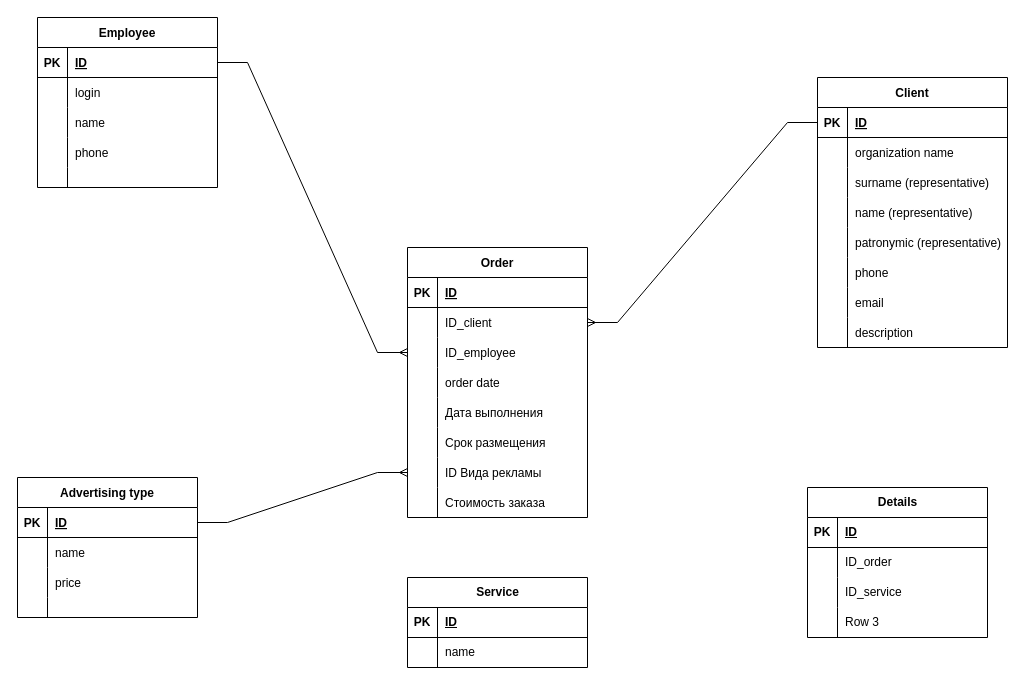
The draw.io diagram Курсовая.drawio in luckyfail777/-, before the edit. Source tidied: cells renumbered, new cells numbered last; positions are measured from the earlier drawing's top-left corner, leaving out a move shared by most shapes. Both pictures are drawn from the tidied source at 100%, with x=0, y=0 at pixel (17, 17).
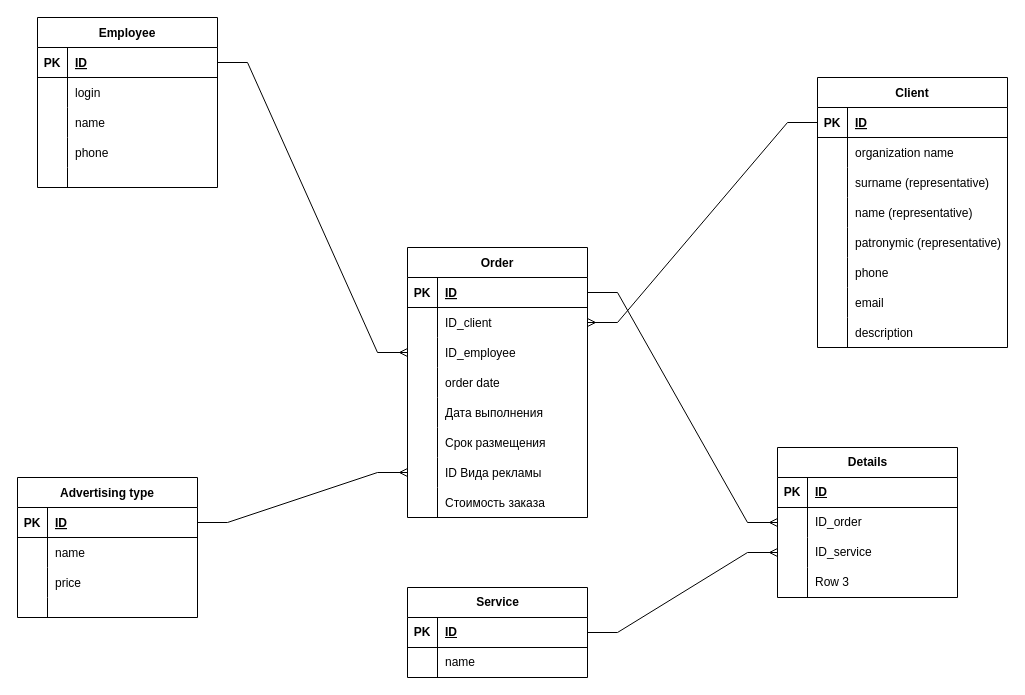
After the change.

The change refers to these unchanged cells:
```xml
<mxCell id="44" style="shape=tableRow;horizontal=0;startSize=0;swimlaneHead=0;swimlaneBody=0;fillColor=none;points=[[0,0.5],[1,0.5]];portConstraint=eastwest;top=0;left=0;right=0;bottom=1;" parent="43" vertex="1">
  <mxGeometry y="30" width="180" height="30" as="geometry" />
</mxCell>
<mxCell id="85" style="shape=tableRow;horizontal=0;startSize=0;swimlaneHead=0;swimlaneBody=0;fillColor=none;points=[[0,0.5],[1,0.5]];portConstraint=eastwest;top=0;left=0;right=0;bottom=1;" parent="84" vertex="1">
  <mxGeometry y="30" width="180" height="30" as="geometry" />
</mxCell>
<mxCell id="95" style="shape=tableRow;horizontal=0;startSize=0;swimlaneHead=0;swimlaneBody=0;fillColor=none;points=[[0,0.5],[1,0.5]];portConstraint=eastwest;top=0;left=0;right=0;bottom=0;" parent="91" vertex="1">
  <mxGeometry y="60" width="180" height="30" as="geometry" />
</mxCell>
<mxCell id="98" style="shape=tableRow;horizontal=0;startSize=0;swimlaneHead=0;swimlaneBody=0;fillColor=none;points=[[0,0.5],[1,0.5]];portConstraint=eastwest;top=0;left=0;right=0;bottom=0;" parent="91" vertex="1">
  <mxGeometry y="90" width="180" height="30" as="geometry" />
</mxCell>
```

What changed in the source:
```diff
@@
     <mxCell id="84" value="Service" style="shape=table;startSize=30;childLayout=tableLayout;rowLines=0;fontStyle=1;align=center;html=1;" parent="1" vertex="1">
-      <mxGeometry x="390" y="560" width="180" height="90" as="geometry" />
+      <mxGeometry x="390" y="570" width="180" height="90" as="geometry" />
     </mxCell>
@@
     <mxCell id="91" value="Details" style="shape=table;startSize=30;childLayout=tableLayout;rowLines=0;fontStyle=1;align=center;html=1;" parent="1" vertex="1">
-      <mxGeometry x="790" y="470" width="180" height="150" as="geometry" />
+      <mxGeometry x="760" y="430" width="180" height="150" as="geometry" />
     </mxCell>
@@
+    <mxCell id="104" style="edgeStyle=entityRelationEdgeStyle;fontSize=12;html=1;endArrow=ERmany;rounded=0;exitX=1;exitY=0.5;exitDx=0;exitDy=0;entryX=0;entryY=0.5;entryDx=0;entryDy=0;" parent="1" edge="1" source="85" target="98">
+      <mxGeometry relative="1" as="geometry" />
+    </mxCell>
+    <mxCell id="105" style="edgeStyle=entityRelationEdgeStyle;fontSize=12;html=1;endArrow=ERmany;rounded=0;exitX=1;exitY=0.5;exitDx=0;exitDy=0;entryX=0;entryY=0.5;entryDx=0;entryDy=0;" parent="1" edge="1" source="44" target="95">
+      <mxGeometry relative="1" as="geometry" />
+    </mxCell>
```
